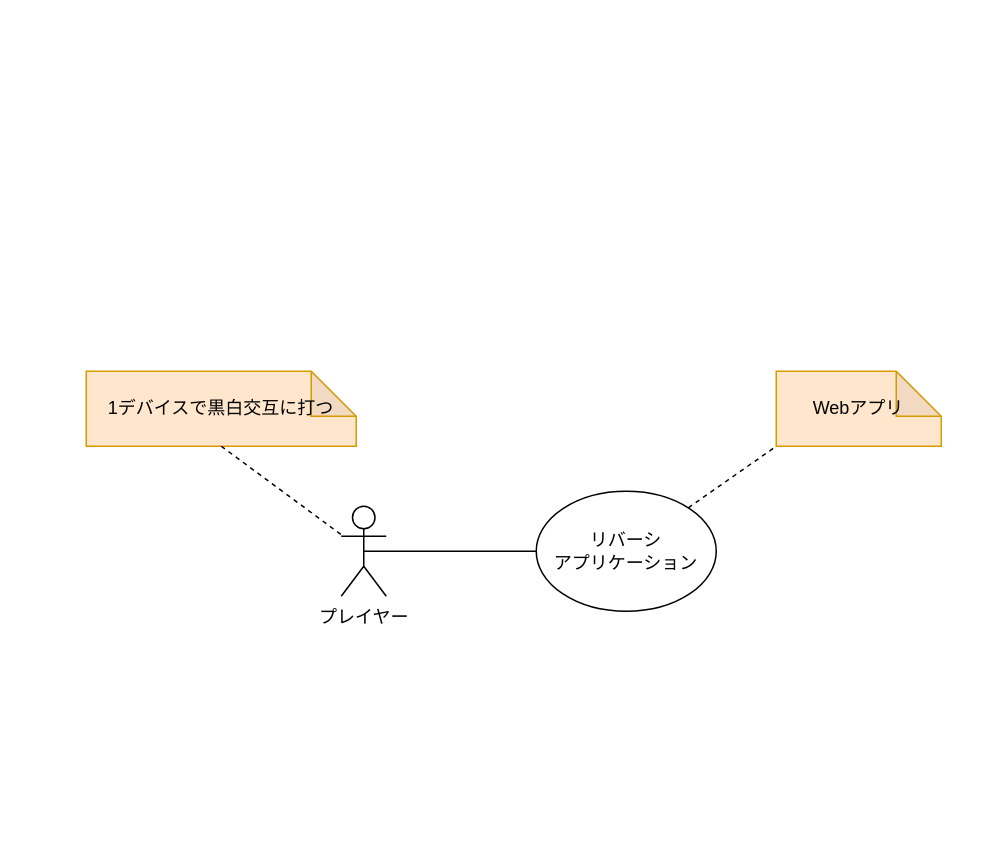
Earlier version of the draw.io diagram docs/context-diagram.drawio (kokoro-hart/reversi-app). Source tidied: cells renumbered, new cells numbered last; positions are measured from the earlier drawing's top-left corner, leaving out a move shared by most shapes. Both pictures are drawn from the tidied source at 150%, with x=0, y=0 at pixel (86, 370).
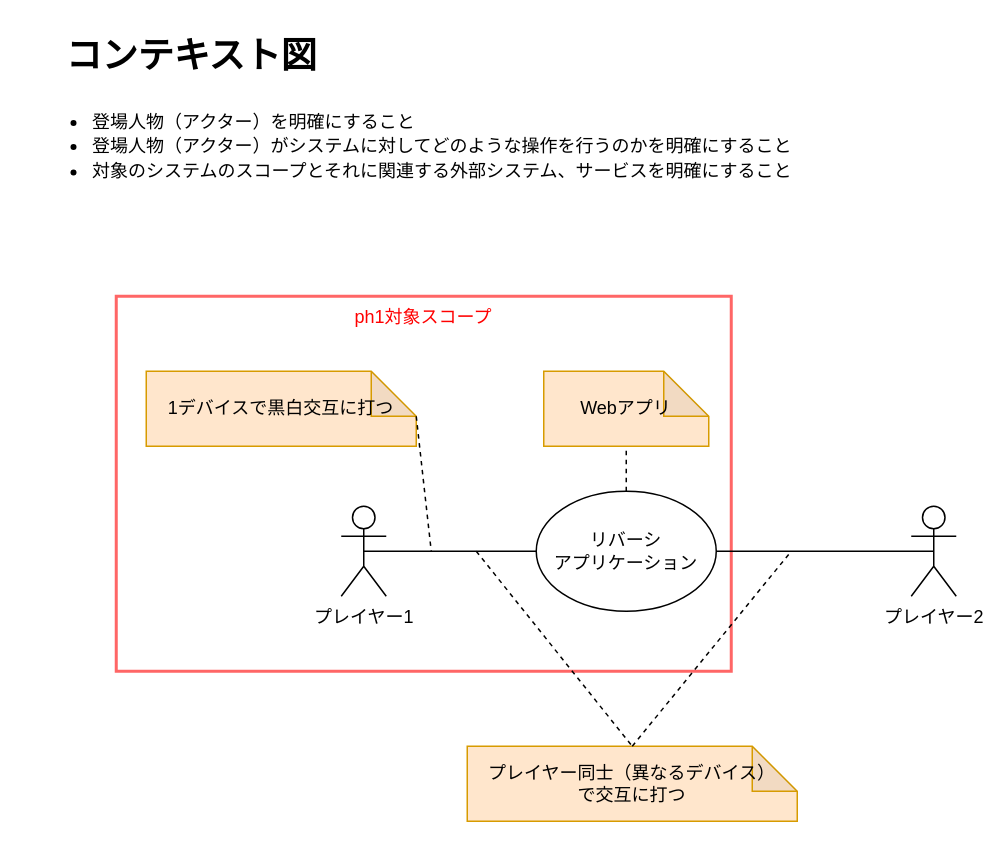
Above is the later version.

Commit message:
update: コンテキスト図を更新

What changed in the source:
```diff
@@
 <mxGraphModel>
   <root>
     <mxCell id="0" />
     <mxCell id="1" parent="0" />
+    <mxCell id="9" value="&lt;font color=&quot;#ff0000&quot;&gt;ph1対象スコープ&lt;/font&gt;" style="rounded=0;whiteSpace=wrap;html=1;fontSize=12;fillColor=none;strokeColor=#FF6666;strokeWidth=2;verticalAlign=top;" parent="1" vertex="1">
+      <mxGeometry x="20" y="-50" width="410" height="250" as="geometry" />
+    </mxCell>
     <mxCell id="2" value="リバーシ&lt;br&gt;アプリケーション" style="ellipse;whiteSpace=wrap;html=1;" parent="1" vertex="1">
       <mxGeometry x="300" y="80" width="120" height="80" as="geometry" />
     </mxCell>
-    <mxCell id="3" value="プレイヤー" style="shape=umlActor;verticalLabelPosition=bottom;verticalAlign=top;html=1;outlineConnect=0;" parent="1" vertex="1">
+    <mxCell id="3" value="プレイヤー1" style="shape=umlActor;verticalLabelPosition=bottom;verticalAlign=top;html=1;outlineConnect=0;" parent="1" vertex="1">
       <mxGeometry x="170" y="90" width="30" height="60" as="geometry" />
     </mxCell>
     <mxCell id="4" style="endArrow=none;html=1;exitX=0.5;exitY=0.5;exitDx=0;exitDy=0;exitPerimeter=0;entryX=0;entryY=0.5;entryDx=0;entryDy=0;" parent="1" edge="1" source="3" target="2">
       <mxGeometry relative="1" as="geometry" />
     </mxCell>
     <mxCell id="5" value="Webアプリ" style="shape=note;whiteSpace=wrap;html=1;backgroundOutline=1;darkOpacity=0.05;fillColor=#ffe6cc;strokeColor=#d79b00;" parent="1" vertex="1">
-      <mxGeometry x="460" width="110" height="50" as="geometry" />
+      <mxGeometry x="305" width="110" height="50" as="geometry" />
     </mxCell>
-    <mxCell id="6" style="endArrow=none;dashed=1;html=1;entryX=0;entryY=1;entryDx=0;entryDy=0;entryPerimeter=0;" parent="1" edge="1" source="2" target="5">
+    <mxCell id="6" style="endArrow=none;dashed=1;html=1;entryX=0.5;entryY=1;entryDx=0;entryDy=0;entryPerimeter=0;" parent="1" edge="1" source="2" target="5">
       <mxGeometry relative="1" as="geometry" />
     </mxCell>
     <mxCell id="7" value="1デバイスで黒白交互に打つ" style="shape=note;whiteSpace=wrap;html=1;backgroundOutline=1;darkOpacity=0.05;fillColor=#ffe6cc;strokeColor=#d79b00;" parent="1" vertex="1">
-      <mxGeometry width="180" height="50" as="geometry" />
+      <mxGeometry x="40" width="180" height="50" as="geometry" />
     </mxCell>
-    <mxCell id="8" style="endArrow=none;dashed=1;html=1;exitX=0.5;exitY=1;exitDx=0;exitDy=0;exitPerimeter=0;" parent="1" edge="1" source="7" target="3">
-      <mxGeometry relative="1" as="geometry" />
+    <mxCell id="8" style="endArrow=none;dashed=1;html=1;exitX=0;exitY=0;exitDx=180;exitDy=30;exitPerimeter=0;" parent="1" edge="1" source="7">
+      <mxGeometry relative="1" as="geometry">
+        <mxPoint x="230" y="120" as="targetPoint" />
+      </mxGeometry>
     </mxCell>
+    <mxCell id="10" value="プレイヤー2" style="shape=umlActor;verticalLabelPosition=bottom;verticalAlign=top;html=1;outlineConnect=0;" parent="1" vertex="1">
+      <mxGeometry x="550" y="90" width="30" height="60" as="geometry" />
+    </mxCell>
+    <mxCell id="11" style="endArrow=none;html=1;exitX=1;exitY=0.5;exitDx=0;exitDy=0;entryX=0.5;entryY=0.5;entryDx=0;entryDy=0;entryPerimeter=0;" parent="1" edge="1" source="2" target="10">
+      <mxGeometry relative="1" as="geometry" />
+    </mxCell>
+    <mxCell id="12" value="&lt;ul&gt;&lt;li style=&quot;padding-top: 0px; padding-bottom: 0px; margin: 0.2em; box-sizing: border-box; overflow-wrap: break-word;&quot;&gt;登場人物（アクター）を明確にすること&lt;/li&gt;&lt;li style=&quot;padding-top: 0px; padding-bottom: 0px; margin: 0.2em; box-sizing: border-box; overflow-wrap: break-word;&quot;&gt;登場人物（アクター）がシステムに対してどのような操作を行うのかを明確にすること&lt;/li&gt;&lt;li style=&quot;padding-top: 0px; padding-bottom: 0px; margin: 0.2em 0.2em 0px; box-sizing: border-box; overflow-wrap: break-word;&quot;&gt;対象のシステムのスコープとそれに関連する外部システム、サービスを明確にすること&lt;/li&gt;&lt;/ul&gt;" style="text;strokeColor=none;fillColor=none;html=1;whiteSpace=wrap;verticalAlign=middle;overflow=hidden;" parent="1" vertex="1">
+      <mxGeometry x="-40" y="-190" width="550" height="80" as="geometry" />
+    </mxCell>
+    <mxCell id="13" value="コンテキスト図" style="text;strokeColor=none;fillColor=none;html=1;fontSize=24;fontStyle=1;verticalAlign=middle;align=center;" parent="1" vertex="1">
+      <mxGeometry x="-25" y="-230" width="190" height="40" as="geometry" />
+    </mxCell>
+    <mxCell id="14" value="プレイヤー同士（異なるデバイス）&lt;br&gt;で交互に打つ" style="shape=note;whiteSpace=wrap;html=1;backgroundOutline=1;darkOpacity=0.05;fillColor=#ffe6cc;strokeColor=#d79b00;" parent="1" vertex="1">
+      <mxGeometry x="254" y="250" width="220" height="50" as="geometry" />
+    </mxCell>
+    <mxCell id="15" style="endArrow=none;dashed=1;html=1;entryX=0.5;entryY=0;entryDx=0;entryDy=0;entryPerimeter=0;" parent="1" edge="1" target="14">
+      <mxGeometry relative="1" as="geometry">
+        <mxPoint x="260" y="120" as="sourcePoint" />
+      </mxGeometry>
+    </mxCell>
+    <mxCell id="16" style="endArrow=none;dashed=1;html=1;exitX=0.5;exitY=0;exitDx=0;exitDy=0;exitPerimeter=0;" parent="1" edge="1" source="14">
+      <mxGeometry relative="1" as="geometry">
+        <mxPoint x="470" y="120" as="targetPoint" />
+      </mxGeometry>
+    </mxCell>
   </root>
 </mxGraphModel>
```
